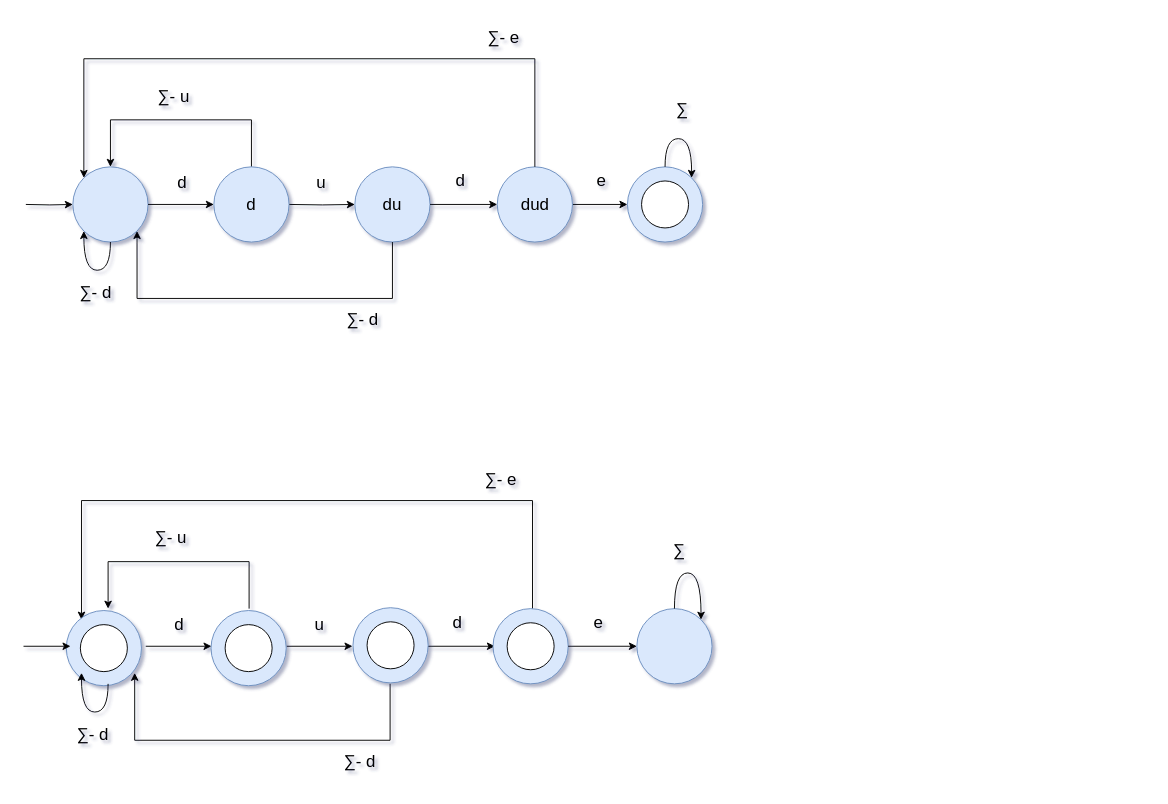
Before: Untitled Diagram.drawio in mohsenkamini/SBU_FLA, a draw.io diagram. Source tidied: cells renumbered, new cells numbered last; positions are measured from the earlier drawing's top-left corner, leaving out a move shared by most shapes. Both pictures are drawn from the tidied source at 94%, with x=0, y=0 at pixel (24, 16).
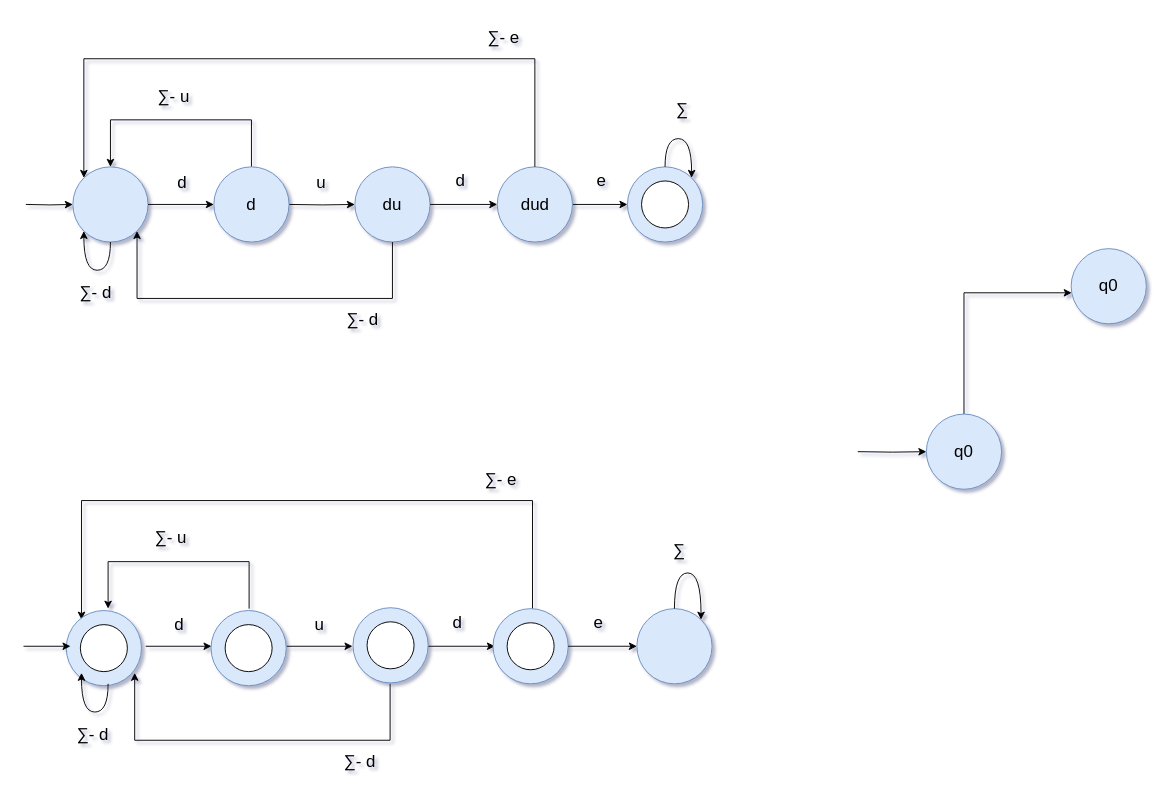
The same diagram, later.

Diff of the diagram source:
```diff
@@
+    <mxCell id="62" style="edgeStyle=orthogonalEdgeStyle;rounded=0;jettySize=auto;html=1;" parent="1" edge="1" source="63" target="65">
+      <mxGeometry relative="1" as="geometry">
+        <Array as="points">
+          <mxPoint x="1000" y="294" />
+        </Array>
+      </mxGeometry>
+    </mxCell>
+    <mxCell id="63" value="&lt;div&gt;q0&lt;/div&gt;" style="ellipse;whiteSpace=wrap;html=1;hachureGap=4;fillColor=#dae8fc;strokeColor=#6c8ebf;rounded=0;fontSize=18;" parent="1" vertex="1">
+      <mxGeometry x="960" y="423" width="80" height="80" as="geometry" />
+    </mxCell>
+    <mxCell id="64" style="edgeStyle=orthogonalEdgeStyle;rounded=0;jettySize=auto;html=1;exitX=1;exitY=0.5;exitDx=0;exitDy=0;entryX=0;entryY=0.5;entryDx=0;entryDy=0;" parent="1" edge="1" target="63">
+      <mxGeometry relative="1" as="geometry">
+        <mxPoint x="887" y="463" as="sourcePoint" />
+      </mxGeometry>
+    </mxCell>
+    <mxCell id="65" value="&lt;div&gt;q0&lt;/div&gt;" style="ellipse;whiteSpace=wrap;html=1;hachureGap=4;fillColor=#dae8fc;strokeColor=#6c8ebf;rounded=0;fontSize=18;" parent="1" vertex="1">
+      <mxGeometry x="1114" y="247" width="80" height="80" as="geometry" />
+    </mxCell>
```
